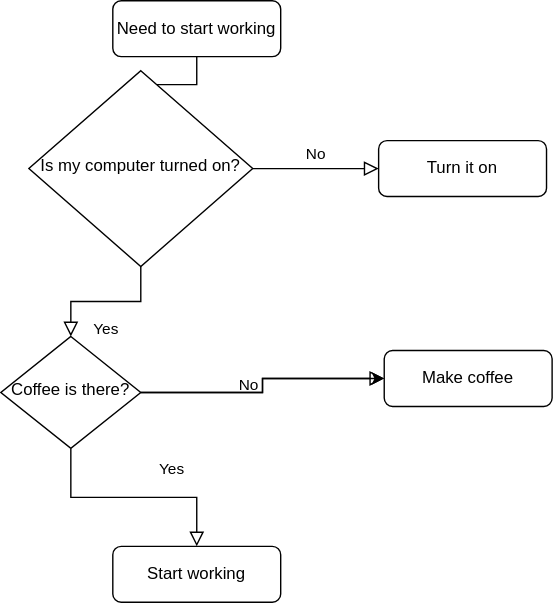
The draw.io diagram KT2-14.drawio.svg in KomunikacjaTechnicznaVistula/Monika-Skoneczna, before a commit. Source tidied: cells renumbered, new cells last; positions are measured from the earlier drawing's top-left corner, leaving out a move shared by most shapes.
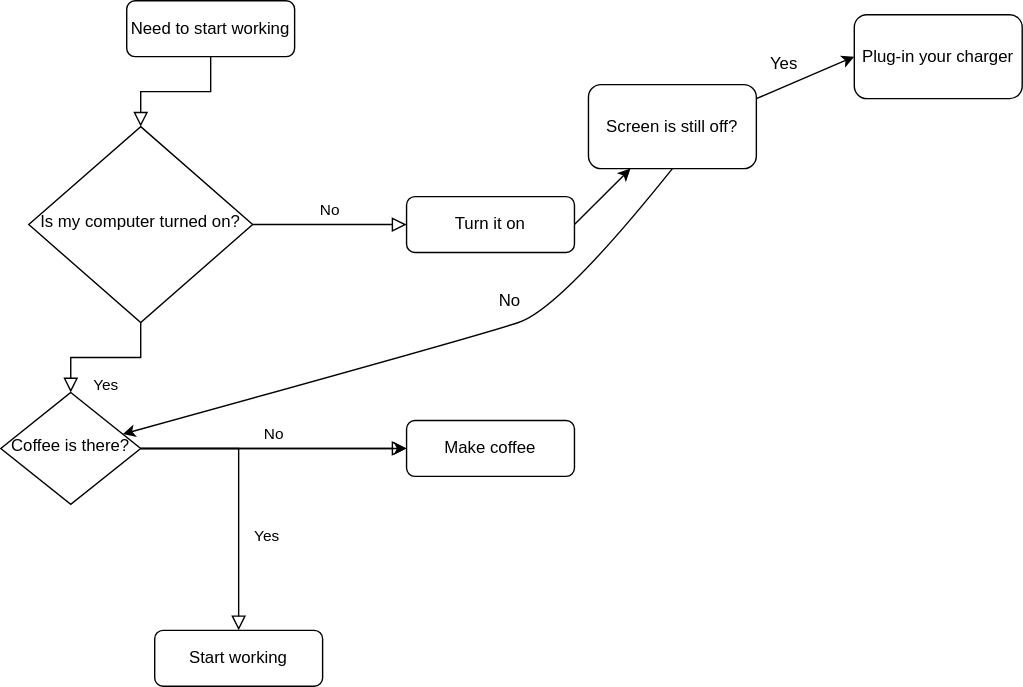
The same file after the commit.

The edit, as a diff of the source:
```diff
@@ -6,7 +6,7 @@
       <mxGeometry relative="1" as="geometry" />
     </mxCell>
     <mxCell id="3" value="Need to start working" style="rounded=1;whiteSpace=wrap;html=1;fontSize=12;glass=0;strokeWidth=1;shadow=0;" parent="1" vertex="1">
-      <mxGeometry x="80" width="120" height="40" as="geometry" />
+      <mxGeometry x="60" y="-60" width="120" height="40" as="geometry" />
     </mxCell>
     <mxCell id="4" value="Yes" style="rounded=0;html=1;jettySize=auto;fontSize=11;endArrow=block;endFill=0;endSize=8;strokeWidth=1;shadow=0;labelBackgroundColor=none;edgeStyle=orthogonalEdgeStyle;" parent="1" edge="1" source="6" target="11">
       <mxGeometry y="20" relative="1" as="geometry" />
@@ -15,10 +15,10 @@
       <mxGeometry y="10" relative="1" as="geometry" />
     </mxCell>
     <mxCell id="6" value="Is my computer turned on?" style="rhombus;whiteSpace=wrap;html=1;shadow=0;fontFamily=Helvetica;fontSize=12;align=center;strokeWidth=1;spacing=6;spacingTop=-4;" parent="1" vertex="1">
-      <mxGeometry x="20" y="50" width="160" height="140" as="geometry" />
+      <mxGeometry x="-10" y="30" width="160" height="140" as="geometry" />
     </mxCell>
     <mxCell id="7" value="Turn it on" style="rounded=1;whiteSpace=wrap;html=1;fontSize=12;glass=0;strokeWidth=1;shadow=0;" parent="1" vertex="1">
-      <mxGeometry x="270" y="100" width="120" height="40" as="geometry" />
+      <mxGeometry x="260" y="80" width="120" height="40" as="geometry" />
     </mxCell>
     <mxCell id="8" value="Yes" style="rounded=0;html=1;jettySize=auto;fontSize=11;endArrow=block;endFill=0;endSize=8;strokeWidth=1;shadow=0;labelBackgroundColor=none;edgeStyle=orthogonalEdgeStyle;" parent="1" edge="1" source="11" target="12">
       <mxGeometry x="0.33" y="20" relative="1" as="geometry" />
@@ -30,13 +30,44 @@
       <mxGeometry relative="1" as="geometry" />
     </mxCell>
     <mxCell id="11" value="Coffee is there?" style="rhombus;whiteSpace=wrap;html=1;shadow=0;fontFamily=Helvetica;fontSize=12;align=center;strokeWidth=1;spacing=6;spacingTop=-4;" parent="1" vertex="1">
-      <mxGeometry y="240" width="100" height="80" as="geometry" />
+      <mxGeometry x="-30" y="220" width="100" height="80" as="geometry" />
     </mxCell>
     <mxCell id="12" value="Start working" style="rounded=1;whiteSpace=wrap;html=1;fontSize=12;glass=0;strokeWidth=1;shadow=0;" parent="1" vertex="1">
       <mxGeometry x="80" y="390" width="120" height="40" as="geometry" />
     </mxCell>
     <mxCell id="13" value="Make coffee" style="rounded=1;whiteSpace=wrap;html=1;fontSize=12;glass=0;strokeWidth=1;shadow=0;" parent="1" vertex="1">
-      <mxGeometry x="274" y="250" width="120" height="40" as="geometry" />
+      <mxGeometry x="260" y="240" width="120" height="40" as="geometry" />
     </mxCell>
+    <mxCell id="14" style="endArrow=classic;html=1;rounded=0;" parent="1" edge="1" target="15">
+      <mxGeometry relative="1" as="geometry">
+        <mxPoint x="380" y="100" as="sourcePoint" />
+      </mxGeometry>
+    </mxCell>
+    <mxCell id="15" value="Screen is still off?" style="rounded=1;whiteSpace=wrap;html=1;" parent="1" vertex="1">
+      <mxGeometry x="390" width="120" height="60" as="geometry" />
+    </mxCell>
+    <mxCell id="16" style="endArrow=classic;html=1;rounded=0;" parent="1" edge="1">
+      <mxGeometry relative="1" as="geometry">
+        <mxPoint x="510" y="10" as="sourcePoint" />
+        <mxPoint x="580" y="-20" as="targetPoint" />
+      </mxGeometry>
+    </mxCell>
+    <mxCell id="17" value="Yes" style="text;html=1;strokeColor=none;fillColor=none;align=center;verticalAlign=middle;whiteSpace=wrap;rounded=0;" parent="1" vertex="1">
+      <mxGeometry x="500" y="-30" width="60" height="30" as="geometry" />
+    </mxCell>
+    <mxCell id="18" value="Plug-in your charger" style="rounded=1;whiteSpace=wrap;html=1;" parent="1" vertex="1">
+      <mxGeometry x="580" y="-50" width="120" height="60" as="geometry" />
+    </mxCell>
+    <mxCell id="19" style="curved=1;endArrow=classic;html=1;rounded=0;exitX=0.5;exitY=1;exitDx=0;exitDy=0;" parent="1" edge="1" source="15" target="11">
+      <mxGeometry relative="1" as="geometry">
+        <Array as="points">
+          <mxPoint x="370" y="160" />
+          <mxPoint x="310" y="180" />
+        </Array>
+      </mxGeometry>
+    </mxCell>
+    <mxCell id="20" value="No" style="text;html=1;strokeColor=none;fillColor=none;align=center;verticalAlign=middle;whiteSpace=wrap;rounded=0;" parent="1" vertex="1">
+      <mxGeometry x="304" y="140" width="60" height="30" as="geometry" />
+    </mxCell>
   </root>
 </mxGraphModel>
```
